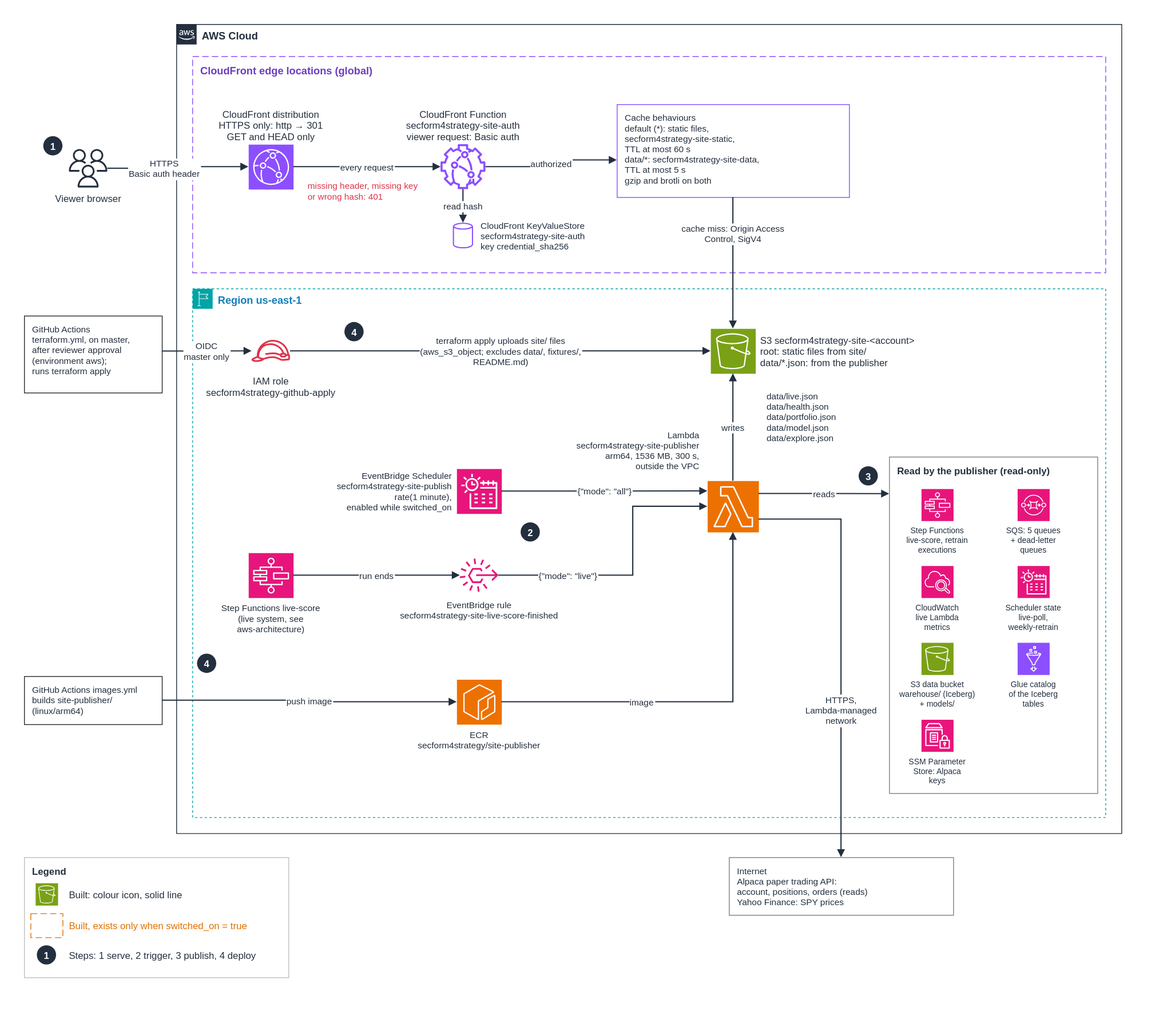
Before: docs/diagrams/site-architecture.drawio.svg, a diagram exported from draw.io (josemita87/SecForm4Strategy). Source tidied: cells renumbered, new cells last; positions are measured from the earlier drawing's top-left corner, leaving out a move shared by most shapes.
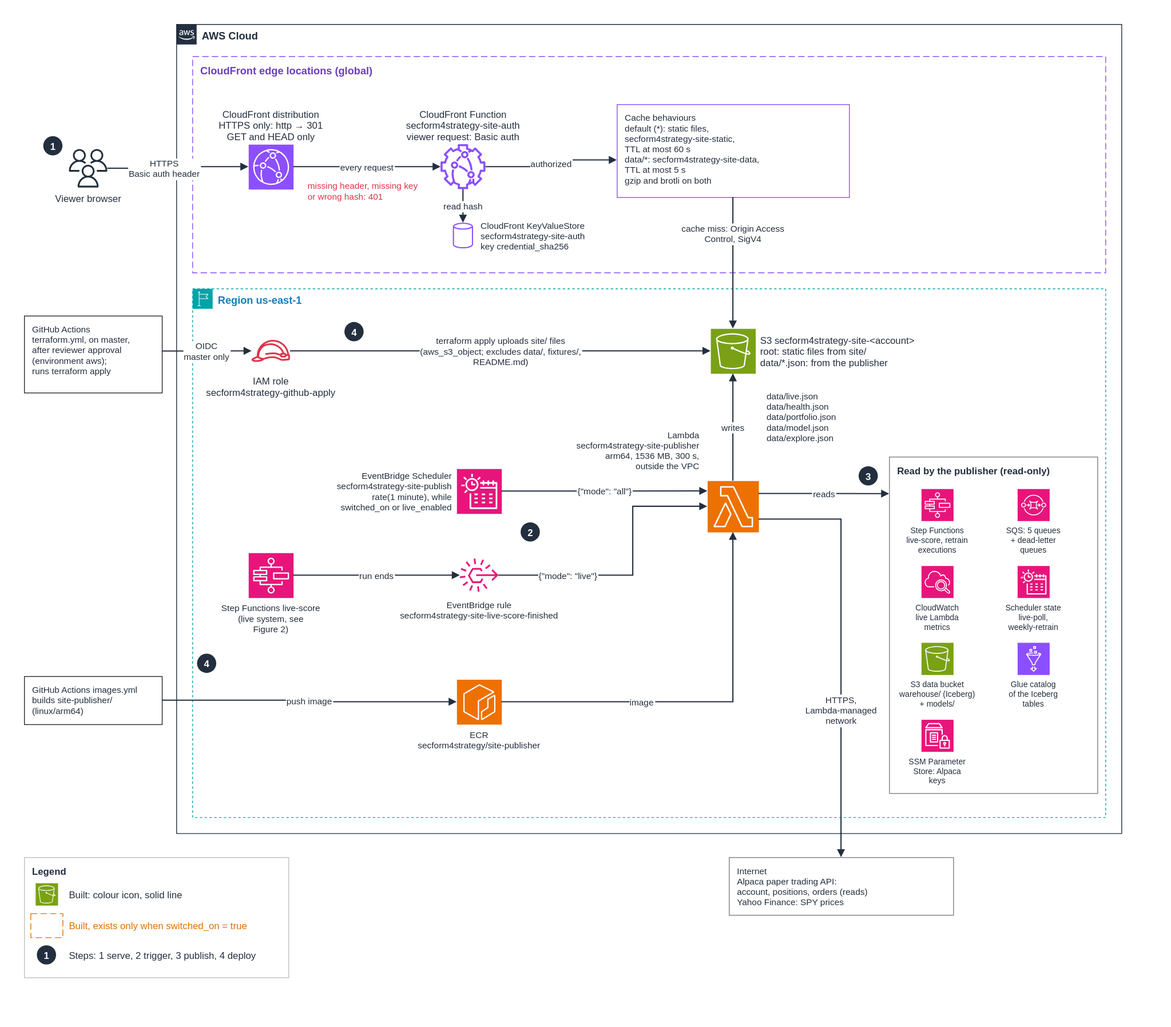
After the commit.

What changed in the source:
```diff
@@ -68,13 +68,13 @@
     <mxCell id="23" value="4" style="ellipse;html=0;fillColor=#232F3E;strokeColor=none;fontColor=#FFFFFF;fontSize=12;fontStyle=1;align=center;verticalAlign=middle;" parent="1" vertex="1">
       <mxGeometry x="400" y="372" width="24" height="24" as="geometry" />
     </mxCell>
-    <mxCell id="24" value="EventBridge Scheduler&#10;secform4strategy-site-publish&#10;rate(1 minute),&#10;enabled while switched_on" style="points=[[0,0,0],[0.25,0,0],[0.5,0,0],[0.75,0,0],[1,0,0],[0,1,0],[0.25,1,0],[0.5,1,0],[0.75,1,0],[1,1,0],[0,0.25,0],[0,0.5,0],[0,0.75,0],[1,0.25,0],[1,0.5,0],[1,0.75,0]];outlineConnect=0;fontColor=#232F3E;fillColor=#E7157B;strokeColor=#ffffff;dashed=0;html=0;fontSize=11;fontStyle=0;shape=mxgraph.aws4.resourceIcon;resIcon=mxgraph.aws4.eventbridge_scheduler;labelPosition=left;verticalLabelPosition=middle;verticalAlign=middle;align=right;spacingRight=4;" parent="1" vertex="1">
+    <mxCell id="24" value="EventBridge Scheduler&#10;secform4strategy-site-publish&#10;rate(1 minute),&#10;while switched_on or live_enabled" style="points=[[0,0,0],[0.25,0,0],[0.5,0,0],[0.75,0,0],[1,0,0],[0,1,0],[0.25,1,0],[0.5,1,0],[0.75,1,0],[1,1,0],[0,0.25,0],[0,0.5,0],[0,0.75,0],[1,0.25,0],[1,0.5,0],[1,0.75,0]];outlineConnect=0;fontColor=#232F3E;fillColor=#E7157B;strokeColor=#ffffff;dashed=0;html=0;fontSize=11;fontStyle=0;shape=mxgraph.aws4.resourceIcon;resIcon=mxgraph.aws4.eventbridge_scheduler;labelPosition=left;verticalLabelPosition=middle;verticalAlign=middle;align=right;spacingRight=4;" parent="1" vertex="1">
       <mxGeometry x="540" y="555" width="56" height="56" as="geometry" />
     </mxCell>
     <mxCell id="25" value="EventBridge rule&#10;secform4strategy-site-live-score-finished" style="outlineConnect=0;fontColor=#232F3E;gradientColor=none;fillColor=#E7157B;strokeColor=none;dashed=0;html=0;fontSize=11;fontStyle=0;shape=mxgraph.aws4.rule_3;labelPosition=center;verticalLabelPosition=bottom;verticalAlign=top;align=center;" parent="1" vertex="1">
       <mxGeometry x="544" y="664" width="48" height="48" as="geometry" />
     </mxCell>
-    <mxCell id="26" value="Step Functions live-score&#10;(live system, see&#10;aws-architecture)" style="points=[[0,0,0],[0.25,0,0],[0.5,0,0],[0.75,0,0],[1,0,0],[0,1,0],[0.25,1,0],[0.5,1,0],[0.75,1,0],[1,1,0],[0,0.25,0],[0,0.5,0],[0,0.75,0],[1,0.25,0],[1,0.5,0],[1,0.75,0]];outlineConnect=0;fontColor=#232F3E;fillColor=#E7157B;strokeColor=#ffffff;dashed=0;html=0;fontSize=11;fontStyle=0;shape=mxgraph.aws4.resourceIcon;resIcon=mxgraph.aws4.step_functions;labelPosition=center;verticalLabelPosition=bottom;verticalAlign=top;align=center;" parent="1" vertex="1">
+    <mxCell id="26" value="Step Functions live-score&#10;(live system, see&#10;Figure 2)" style="points=[[0,0,0],[0.25,0,0],[0.5,0,0],[0.75,0,0],[1,0,0],[0,1,0],[0.25,1,0],[0.5,1,0],[0.75,1,0],[1,1,0],[0,0.25,0],[0,0.5,0],[0,0.75,0],[1,0.25,0],[1,0.5,0],[1,0.75,0]];outlineConnect=0;fontColor=#232F3E;fillColor=#E7157B;strokeColor=#ffffff;dashed=0;html=0;fontSize=11;fontStyle=0;shape=mxgraph.aws4.resourceIcon;resIcon=mxgraph.aws4.step_functions;labelPosition=center;verticalLabelPosition=bottom;verticalAlign=top;align=center;" parent="1" vertex="1">
       <mxGeometry x="280" y="660" width="56" height="56" as="geometry" />
     </mxCell>
     <mxCell id="27" value="ECR&#10;secform4strategy/site-publisher" style="points=[[0,0,0],[0.25,0,0],[0.5,0,0],[0.75,0,0],[1,0,0],[0,1,0],[0.25,1,0],[0.5,1,0],[0.75,1,0],[1,1,0],[0,0.25,0],[0,0.5,0],[0,0.75,0],[1,0.25,0],[1,0.5,0],[1,0.75,0]];outlineConnect=0;fontColor=#232F3E;fillColor=#ED7100;strokeColor=#ffffff;dashed=0;html=0;fontSize=11;fontStyle=0;shape=mxgraph.aws4.resourceIcon;resIcon=mxgraph.aws4.ecr;labelPosition=center;verticalLabelPosition=bottom;verticalAlign=top;align=center;" parent="1" vertex="1">
```
